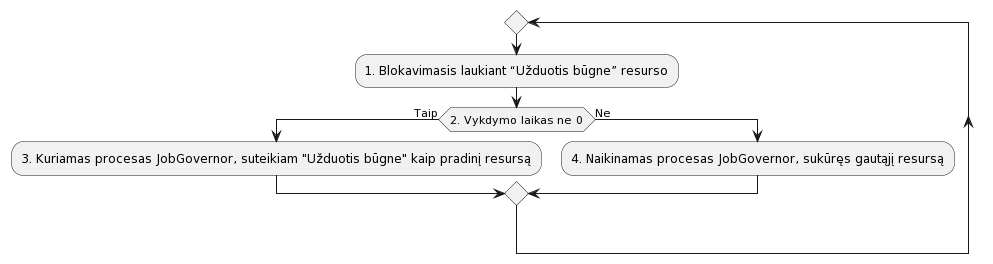
Before: aprasymas2/img/MainProc.png, a diagram exported from PlantUML (Mdominykas/OS). Its diagram source:
```plantuml
@startuml
repeat
  :1. Blokavimasis laukiant “Užduotis būgne” resurso;
  if (2. Vykdymo laikas ne 0) is (Taip) then
    :3. Kuriamas procesas JobGovernor, suteikiam "Užduotis būgne" kaip pradinį resursą;
  else (Ne)
    :4. Naikinamas procesas JobGovernor, sukūręs gautąjį resursą;
@enduml
```
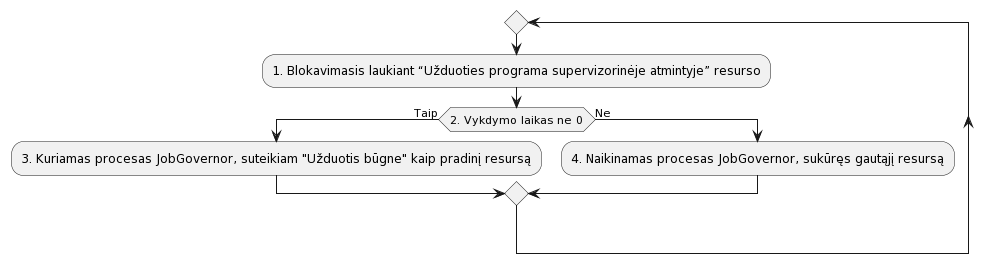
The same file after the commit.

The edit, as a diff of the source:
```diff
@@ -1,6 +1,6 @@
 @startuml
 repeat
-  :1. Blokavimasis laukiant “Užduotis būgne” resurso;
+  :1. Blokavimasis laukiant “Užduoties programa supervizorinėje atmintyje” resurso;
   if (2. Vykdymo laikas ne 0) is (Taip) then
     :3. Kuriamas procesas JobGovernor, suteikiam "Užduotis būgne" kaip pradinį resursą;
   else (Ne)
```
